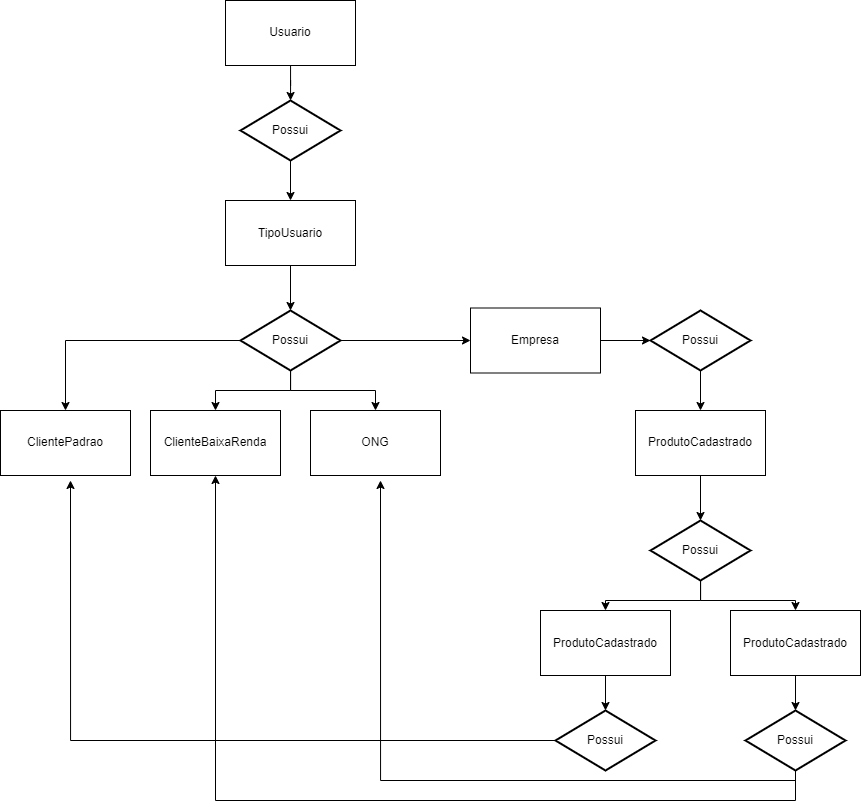
This is Materiais/Modelagens/Modelo-Conceitual.drawio.png from Leonardo-Souza-de-Castro/Projeto-Ofertas, a draw.io export, as it was before one commit. Source tidied: cells renumbered, new cells last; positions are measured from the earlier drawing's top-left corner, leaving out a move shared by most shapes.
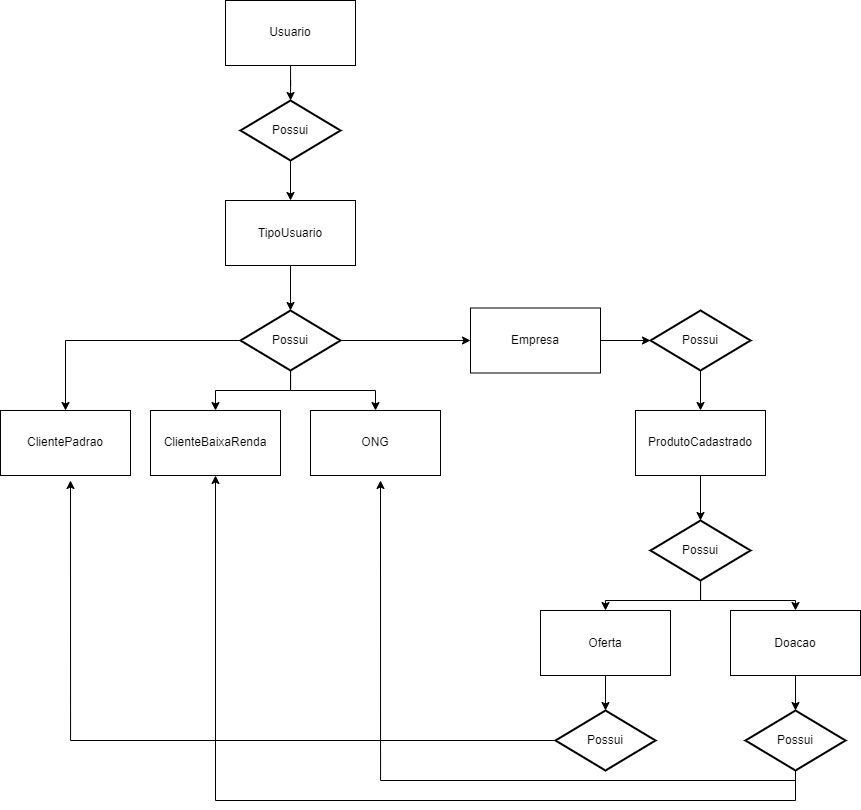
After the commit.

Commit message:
Modelo conceitual

Diff of the diagram source:
```diff
@@ -84,13 +84,13 @@
     <mxCell id="25" style="edgeStyle=orthogonalEdgeStyle;rounded=0;jettySize=auto;html=1;" parent="1" edge="1" source="26" target="30">
       <mxGeometry relative="1" as="geometry" />
     </mxCell>
-    <mxCell id="26" value="ProdutoCadastrado" style="rounded=0;whiteSpace=wrap;html=1;" parent="1" vertex="1">
+    <mxCell id="26" value="Oferta" style="rounded=0;whiteSpace=wrap;html=1;" parent="1" vertex="1">
       <mxGeometry x="540" y="610" width="130" height="65" as="geometry" />
     </mxCell>
     <mxCell id="27" style="edgeStyle=orthogonalEdgeStyle;rounded=0;jettySize=auto;html=1;" parent="1" edge="1" source="28" target="33">
       <mxGeometry relative="1" as="geometry" />
     </mxCell>
-    <mxCell id="28" value="ProdutoCadastrado" style="rounded=0;whiteSpace=wrap;html=1;" parent="1" vertex="1">
+    <mxCell id="28" value="Doacao" style="rounded=0;whiteSpace=wrap;html=1;" parent="1" vertex="1">
       <mxGeometry x="730" y="610" width="130" height="65" as="geometry" />
     </mxCell>
     <mxCell id="29" style="edgeStyle=orthogonalEdgeStyle;rounded=0;jettySize=auto;html=1;" parent="1" edge="1" source="30">
```
